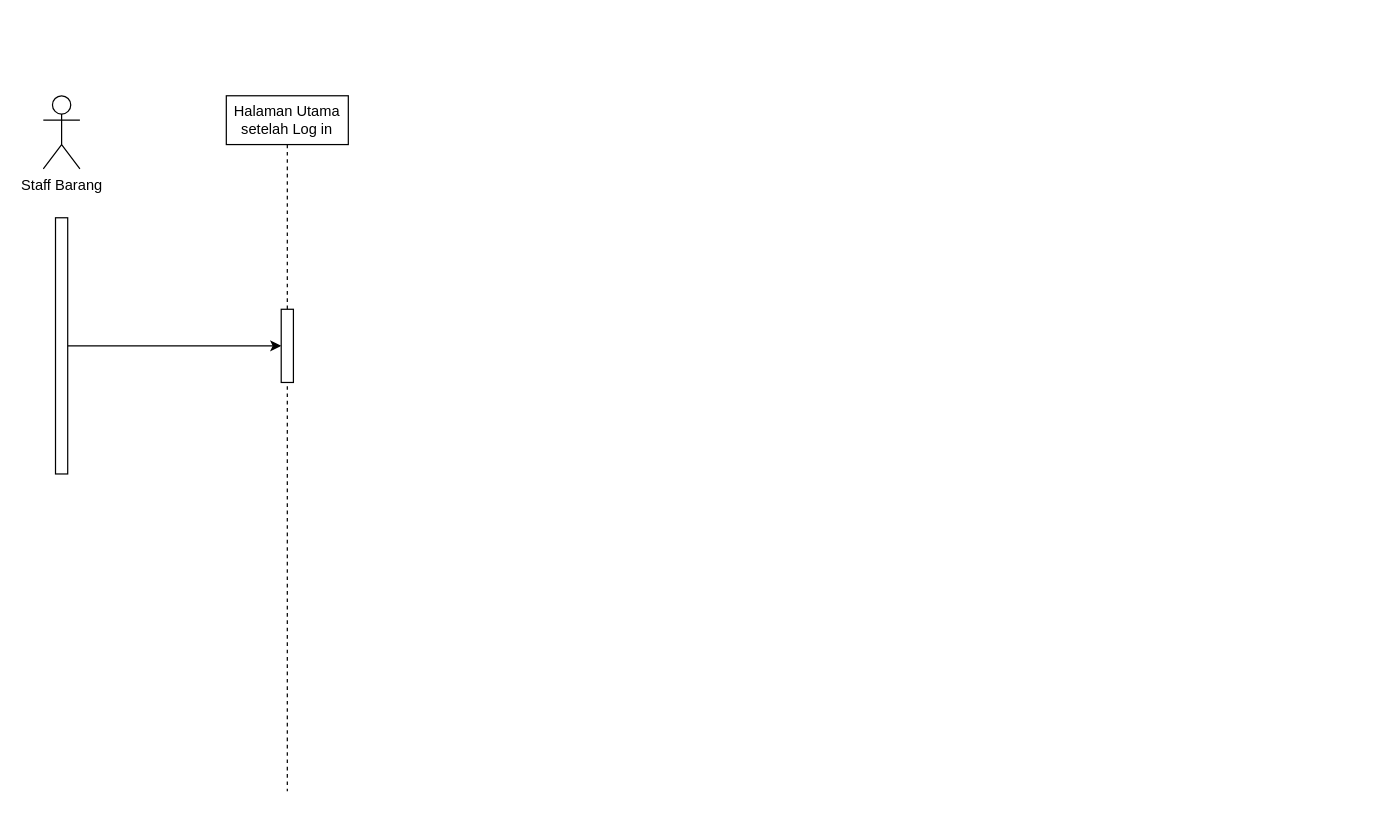
aliance22/Kelompok-3-ADPL-PPL keeps this draw.io diagram as page "PERIZINAN BARANG" (4 of 4) of SEQUENCE DIAGRAM.drawio. Above is the earlier version. Source tidied: cells renumbered, new cells numbered last; positions are measured from the earlier drawing's top-left corner, leaving out a move shared by most shapes. Both pictures are drawn from the tidied source at 122%, with x=0, y=0 at pixel (43, 95).
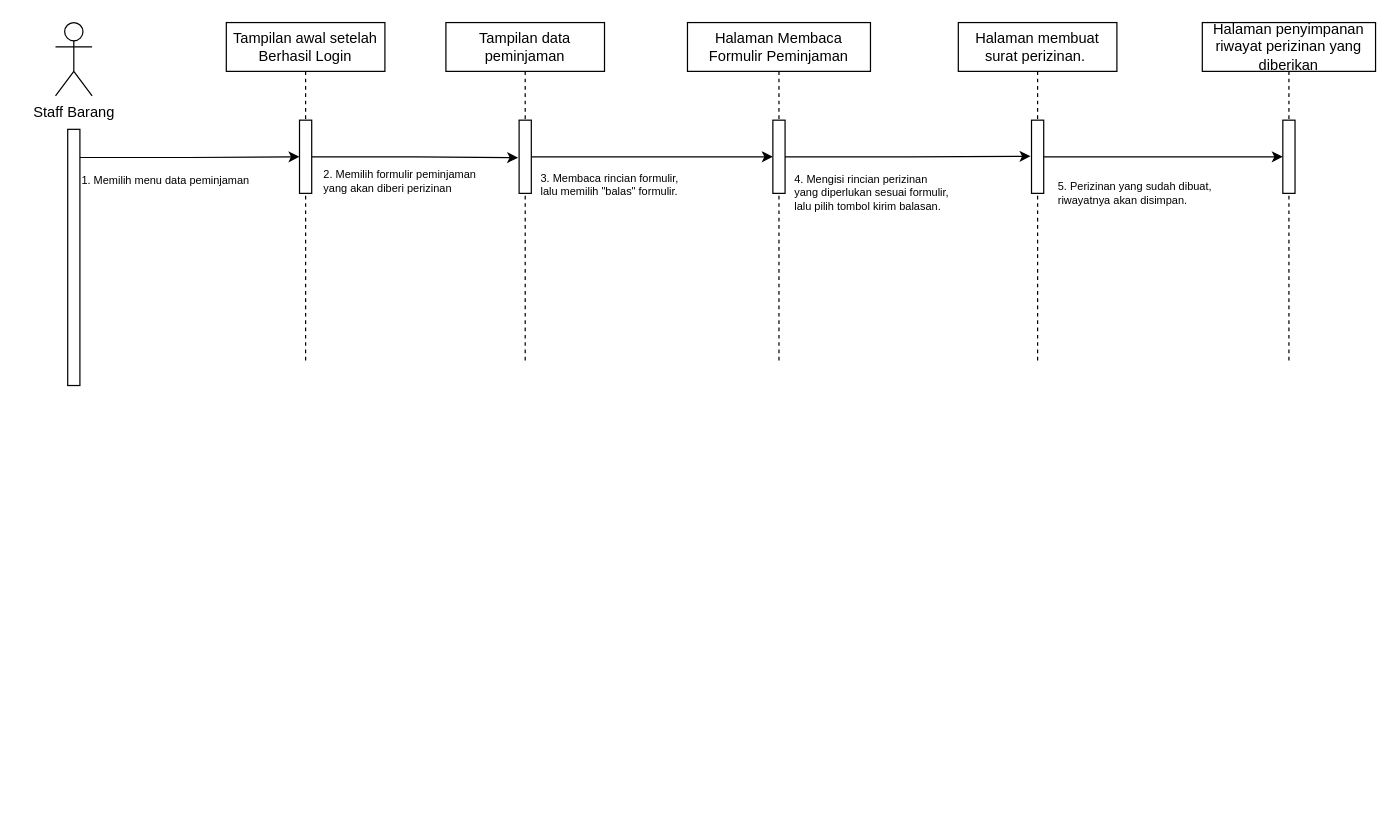
The same page after the edit.

Diff of the diagram source:
```diff
@@
     <mxCell id="2" value="Staff Barang" style="shape=umlActor;verticalLabelPosition=bottom;verticalAlign=top;html=1;" parent="1" vertex="1">
-      <mxGeometry width="30" height="60" as="geometry" />
+      <mxGeometry x="10" y="-60" width="30" height="60" as="geometry" />
     </mxCell>
-    <mxCell id="3" style="edgeStyle=orthogonalEdgeStyle;rounded=0;jettySize=auto;html=1;" parent="1" edge="1" source="4" target="6">
+    <mxCell id="3" style="edgeStyle=orthogonalEdgeStyle;rounded=0;jettySize=auto;html=1;exitX=0.902;exitY=0.11;exitDx=0;exitDy=0;exitPerimeter=0;" parent="1" edge="1" source="4" target="6">
       <mxGeometry relative="1" as="geometry" />
     </mxCell>
     <mxCell id="4" style="html=1;points=[];perimeter=orthogonalPerimeter;" parent="1" vertex="1">
-      <mxGeometry x="10" y="100" width="10" height="210" as="geometry" />
+      <mxGeometry x="20" y="27.5" width="10" height="210" as="geometry" />
     </mxCell>
-    <mxCell id="5" value="Halaman Utama setelah Log in" style="shape=umlLifeline;perimeter=lifelinePerimeter;whiteSpace=wrap;html=1;" parent="1" vertex="1">
-      <mxGeometry x="150" width="100" height="570" as="geometry" />
+    <mxCell id="5" value="Tampilan awal setelah Berhasil Login" style="shape=umlLifeline;perimeter=lifelinePerimeter;whiteSpace=wrap;html=1;" parent="1" vertex="1">
+      <mxGeometry x="150" y="-60" width="130" height="280" as="geometry" />
     </mxCell>
     <mxCell id="6" style="html=1;points=[];perimeter=orthogonalPerimeter;" parent="5" vertex="1">
-      <mxGeometry x="45" y="175" width="10" height="60" as="geometry" />
+      <mxGeometry x="60" y="80" width="10" height="60" as="geometry" />
     </mxCell>
+    <mxCell id="7" value="1. Memilih menu data peminjaman" style="text;html=1;align=center;verticalAlign=middle;strokeColor=none;fillColor=none;fontSize=9;" parent="1" vertex="1">
+      <mxGeometry x="20" y="60" width="160" height="20" as="geometry" />
+    </mxCell>
+    <mxCell id="8" value="Tampilan data peminjaman" style="shape=umlLifeline;perimeter=lifelinePerimeter;whiteSpace=wrap;html=1;" parent="1" vertex="1">
+      <mxGeometry x="330" y="-60" width="130" height="280" as="geometry" />
+    </mxCell>
+    <mxCell id="9" style="html=1;points=[];perimeter=orthogonalPerimeter;" parent="8" vertex="1">
+      <mxGeometry x="60" y="80" width="10" height="60" as="geometry" />
+    </mxCell>
+    <mxCell id="10" style="edgeStyle=orthogonalEdgeStyle;rounded=0;jettySize=auto;html=1;entryX=-0.078;entryY=0.512;entryDx=0;entryDy=0;entryPerimeter=0;fontSize=9;endArrow=classic;endFill=1;" parent="1" edge="1" source="6" target="9">
+      <mxGeometry relative="1" as="geometry" />
+    </mxCell>
+    <mxCell id="11" value="2. Memilih formulir peminjaman &lt;br&gt;yang akan diberi perizinan" style="text;html=1;align=left;verticalAlign=middle;strokeColor=none;fillColor=none;fontSize=9;" parent="1" vertex="1">
+      <mxGeometry x="228" y="50" width="150" height="40" as="geometry" />
+    </mxCell>
+    <mxCell id="12" value="Halaman Membaca Formulir Peminjaman" style="shape=umlLifeline;perimeter=lifelinePerimeter;whiteSpace=wrap;html=1;" parent="1" vertex="1">
+      <mxGeometry x="528" y="-60" width="150" height="280" as="geometry" />
+    </mxCell>
+    <mxCell id="13" style="html=1;points=[];perimeter=orthogonalPerimeter;" parent="12" vertex="1">
+      <mxGeometry x="70" y="80" width="10" height="60" as="geometry" />
+    </mxCell>
+    <mxCell id="14" value="4. Mengisi rincian perizinan yang diperlukan sesuai formulir, lalu pilih tombol kirim balasan.&amp;nbsp;" style="text;whiteSpace=wrap;html=1;fontSize=9;" parent="12" vertex="1">
+      <mxGeometry x="86" y="117" width="130" height="35" as="geometry" />
+    </mxCell>
+    <mxCell id="15" style="edgeStyle=orthogonalEdgeStyle;rounded=0;jettySize=auto;html=1;fontSize=9;endArrow=classic;endFill=1;" parent="1" edge="1" source="9" target="13">
+      <mxGeometry relative="1" as="geometry" />
+    </mxCell>
+    <mxCell id="16" value="3. Membaca rincian formulir, lalu memilih &quot;balas&quot; formulir.&amp;nbsp;" style="text;whiteSpace=wrap;html=1;fontSize=9;" parent="1" vertex="1">
+      <mxGeometry x="406" y="56" width="130" height="35" as="geometry" />
+    </mxCell>
+    <mxCell id="17" value="Halaman membuat surat perizinan.&amp;nbsp;" style="shape=umlLifeline;perimeter=lifelinePerimeter;whiteSpace=wrap;html=1;" parent="1" vertex="1">
+      <mxGeometry x="750" y="-60" width="130" height="280" as="geometry" />
+    </mxCell>
+    <mxCell id="18" style="html=1;points=[];perimeter=orthogonalPerimeter;" parent="17" vertex="1">
+      <mxGeometry x="60" y="80" width="10" height="60" as="geometry" />
+    </mxCell>
+    <mxCell id="19" style="edgeStyle=orthogonalEdgeStyle;rounded=0;jettySize=auto;html=1;entryX=-0.078;entryY=0.493;entryDx=0;entryDy=0;entryPerimeter=0;fontSize=9;endArrow=classic;endFill=1;" parent="1" edge="1" source="13" target="18">
+      <mxGeometry relative="1" as="geometry" />
+    </mxCell>
+    <mxCell id="20" value="Halaman penyimpanan riwayat perizinan yang diberikan" style="shape=umlLifeline;perimeter=lifelinePerimeter;whiteSpace=wrap;html=1;" parent="1" vertex="1">
+      <mxGeometry x="950" y="-60" width="142" height="280" as="geometry" />
+    </mxCell>
+    <mxCell id="21" style="html=1;points=[];perimeter=orthogonalPerimeter;" parent="20" vertex="1">
+      <mxGeometry x="66" y="80" width="10" height="60" as="geometry" />
+    </mxCell>
+    <mxCell id="22" style="edgeStyle=orthogonalEdgeStyle;rounded=0;jettySize=auto;html=1;fontSize=9;endArrow=classic;endFill=1;" parent="1" edge="1" source="18" target="21">
+      <mxGeometry relative="1" as="geometry" />
+    </mxCell>
+    <mxCell id="23" value="5. Perizinan yang sudah dibuat, riwayatnya akan disimpan.&amp;nbsp;" style="text;whiteSpace=wrap;html=1;fontSize=9;" parent="1" vertex="1">
+      <mxGeometry x="830" y="62.5" width="130" height="35" as="geometry" />
+    </mxCell>
```
